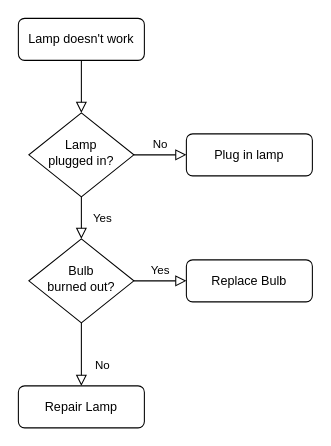
Earlier version of the draw.io diagram 未命名绘图.drawio (gurlan/note). Source tidied: cells renumbered, new cells numbered last; positions are measured from the earlier drawing's top-left corner, leaving out a move shared by most shapes. Both pictures are drawn from the tidied source at 105%, with x=0, y=0 at pixel (18, 18).
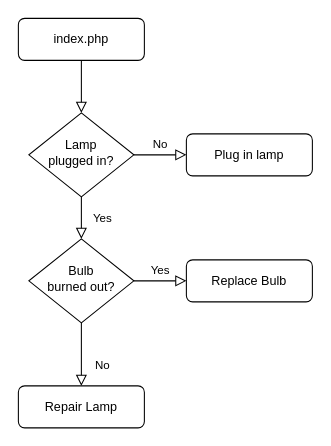
Above is the later version.

Diff of the diagram source:
```diff
@@
 <mxGraphModel>
   <root>
     <mxCell id="0" />
     <mxCell id="1" parent="0" />
     <mxCell id="2" style="rounded=0;html=1;jettySize=auto;fontSize=11;endArrow=block;endFill=0;endSize=8;strokeWidth=1;shadow=0;labelBackgroundColor=none;edgeStyle=orthogonalEdgeStyle;" parent="1" edge="1" source="3" target="6">
       <mxGeometry relative="1" as="geometry" />
     </mxCell>
-    <mxCell id="3" value="Lamp doesn't work" style="rounded=1;whiteSpace=wrap;html=1;fontSize=12;glass=0;strokeWidth=1;shadow=0;" parent="1" vertex="1">
+    <mxCell id="3" value="index.php" style="rounded=1;whiteSpace=wrap;html=1;fontSize=12;glass=0;strokeWidth=1;shadow=0;" parent="1" vertex="1">
       <mxGeometry width="120" height="40" as="geometry" />
     </mxCell>
     <mxCell id="4" value="Yes" style="rounded=0;html=1;jettySize=auto;fontSize=11;endArrow=block;endFill=0;endSize=8;strokeWidth=1;shadow=0;labelBackgroundColor=none;edgeStyle=orthogonalEdgeStyle;" parent="1" edge="1" source="6" target="10">
       <mxGeometry y="20" relative="1" as="geometry" />
     </mxCell>
     <mxCell id="5" value="No" style="edgeStyle=orthogonalEdgeStyle;rounded=0;html=1;jettySize=auto;fontSize=11;endArrow=block;endFill=0;endSize=8;strokeWidth=1;shadow=0;labelBackgroundColor=none;" parent="1" edge="1" source="6" target="7">
       <mxGeometry y="10" relative="1" as="geometry" />
     </mxCell>
     <mxCell id="6" value="Lamp&lt;br&gt;plugged in?" style="rhombus;whiteSpace=wrap;html=1;shadow=0;fontFamily=Helvetica;fontSize=12;align=center;strokeWidth=1;spacing=6;spacingTop=-4;" parent="1" vertex="1">
       <mxGeometry x="10" y="90" width="100" height="80" as="geometry" />
     </mxCell>
     <mxCell id="7" value="Plug in lamp" style="rounded=1;whiteSpace=wrap;html=1;fontSize=12;glass=0;strokeWidth=1;shadow=0;" parent="1" vertex="1">
       <mxGeometry x="160" y="110" width="120" height="40" as="geometry" />
     </mxCell>
     <mxCell id="8" value="No" style="rounded=0;html=1;jettySize=auto;fontSize=11;endArrow=block;endFill=0;endSize=8;strokeWidth=1;shadow=0;labelBackgroundColor=none;edgeStyle=orthogonalEdgeStyle;" parent="1" edge="1" source="10" target="11">
       <mxGeometry x="0.33" y="20" relative="1" as="geometry" />
     </mxCell>
     <mxCell id="9" value="Yes" style="edgeStyle=orthogonalEdgeStyle;rounded=0;html=1;jettySize=auto;fontSize=11;endArrow=block;endFill=0;endSize=8;strokeWidth=1;shadow=0;labelBackgroundColor=none;" parent="1" edge="1" source="10" target="12">
       <mxGeometry y="10" relative="1" as="geometry" />
     </mxCell>
     <mxCell id="10" value="Bulb&lt;br&gt;burned out?" style="rhombus;whiteSpace=wrap;html=1;shadow=0;fontFamily=Helvetica;fontSize=12;align=center;strokeWidth=1;spacing=6;spacingTop=-4;" parent="1" vertex="1">
       <mxGeometry x="10" y="210" width="100" height="80" as="geometry" />
     </mxCell>
     <mxCell id="11" value="Repair Lamp" style="rounded=1;whiteSpace=wrap;html=1;fontSize=12;glass=0;strokeWidth=1;shadow=0;" parent="1" vertex="1">
       <mxGeometry y="350" width="120" height="40" as="geometry" />
     </mxCell>
     <mxCell id="12" value="Replace Bulb" style="rounded=1;whiteSpace=wrap;html=1;fontSize=12;glass=0;strokeWidth=1;shadow=0;" parent="1" vertex="1">
       <mxGeometry x="160" y="230" width="120" height="40" as="geometry" />
     </mxCell>
   </root>
 </mxGraphModel>
```
